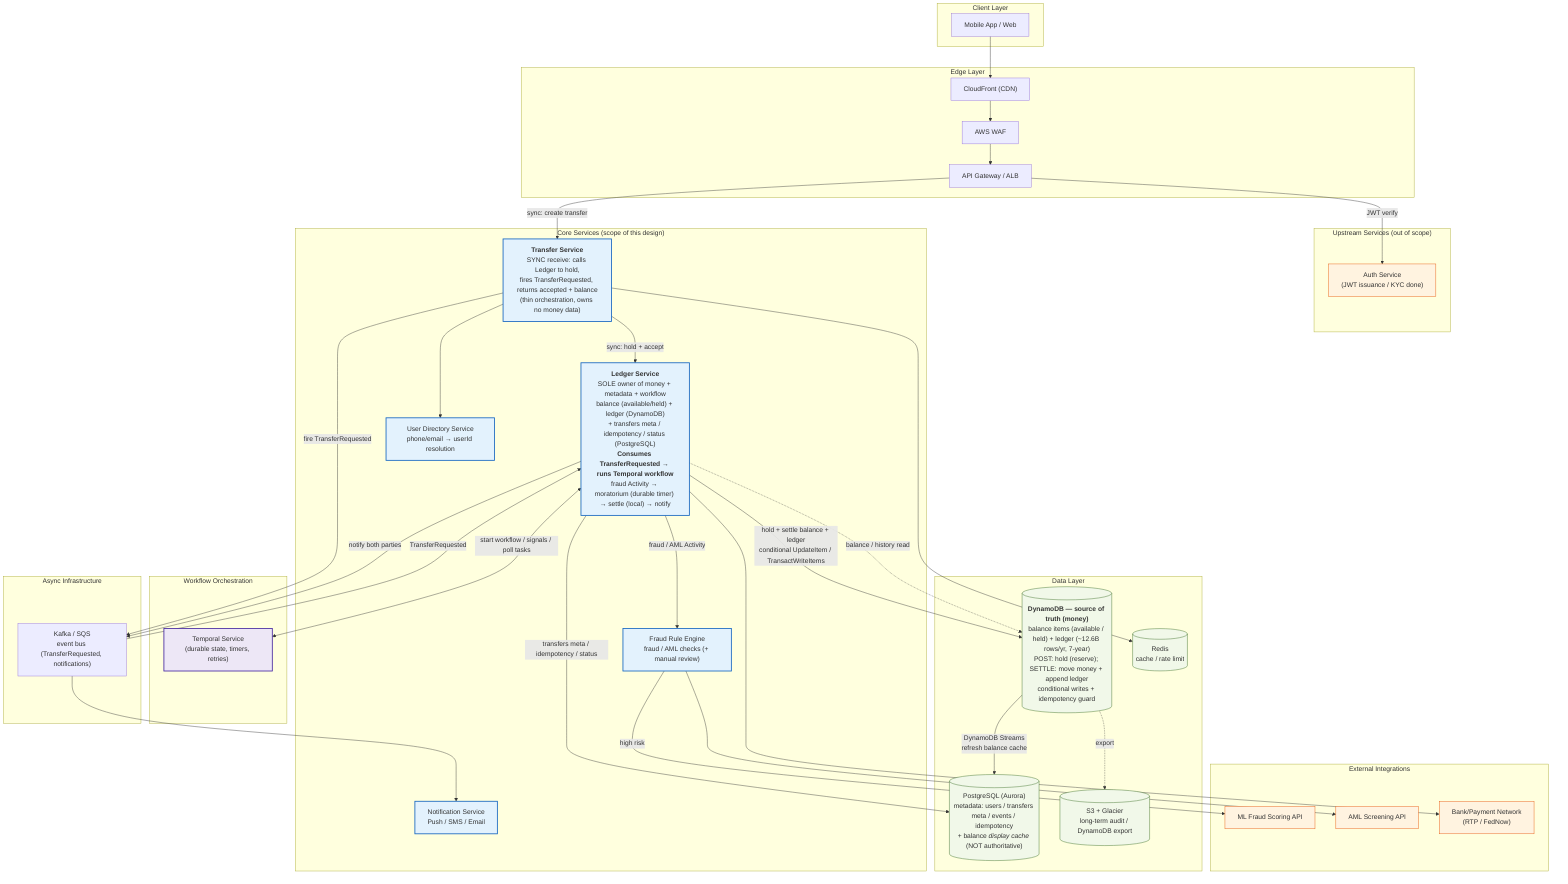
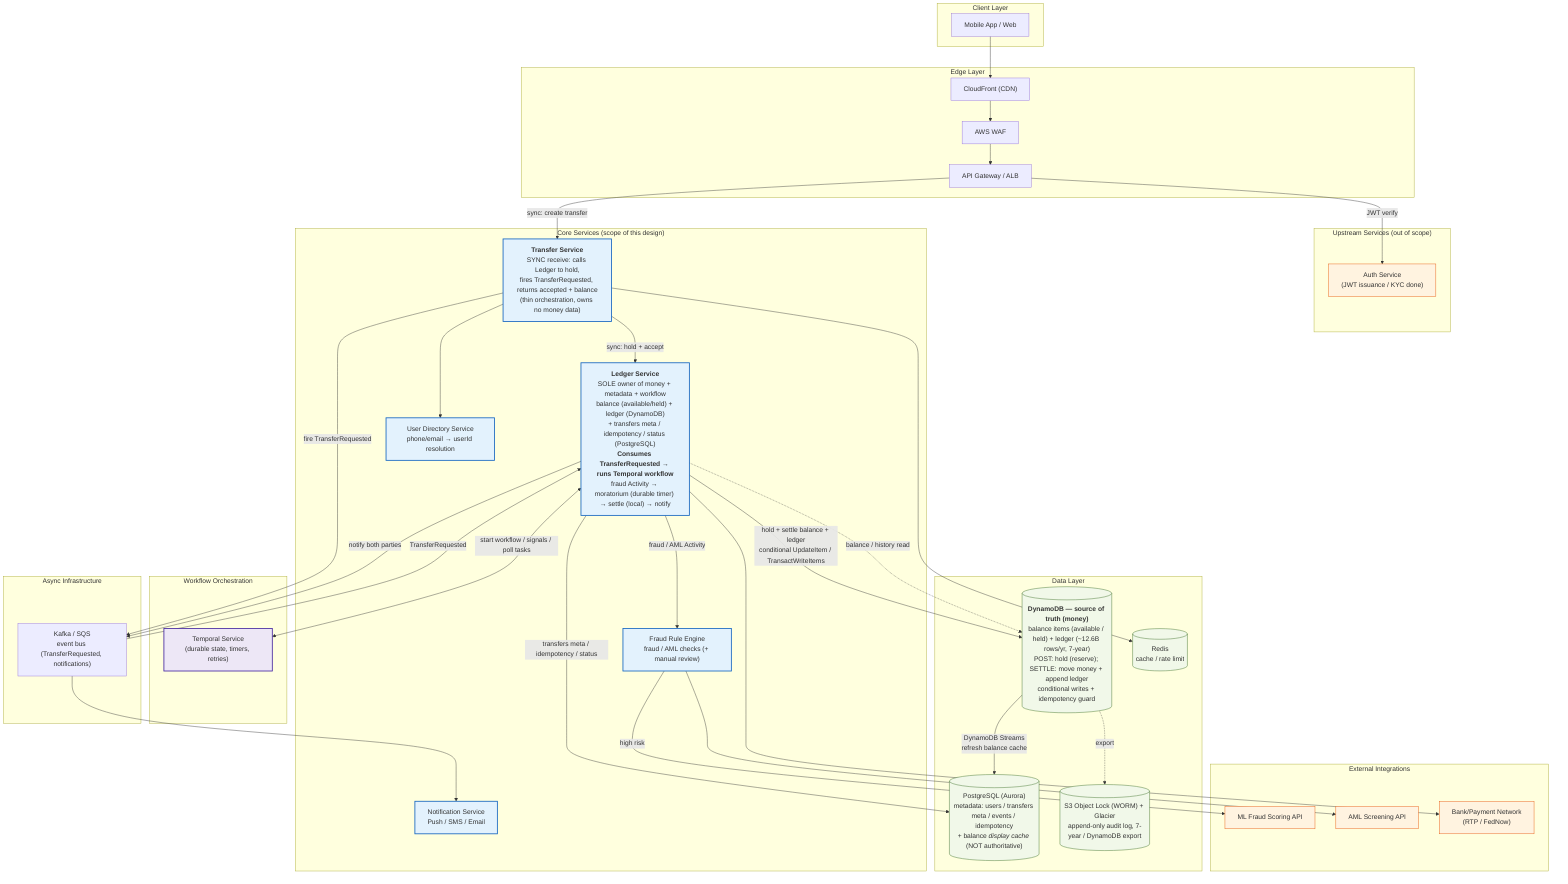
graph TB
    subgraph Client["Client Layer"]
        MOBILE["Mobile App / Web"]
    end

    subgraph Edge["Edge Layer"]
        CDN["CloudFront (CDN)"]
        WAF["AWS WAF"]
        APIGW["API Gateway / ALB"]
    end

    subgraph Upstream["Upstream Services (out of scope)"]
        AUTH["Auth Service<br/>(JWT issuance / KYC done)"]
    end

    subgraph Core["Core Services (scope of this design)"]
        TRANSFER["<b>Transfer Service</b><br/>SYNC receive: calls Ledger to hold,<br/>fires TransferRequested, returns accepted + balance<br/>(thin orchestration, owns no money data)"]
        LEDGER["<b>Ledger Service</b><br/>SOLE owner of money + metadata + workflow<br/>balance (available/held) + ledger (DynamoDB)<br/>+ transfers meta / idempotency / status (PostgreSQL)<br/><b>Consumes TransferRequested → runs Temporal workflow</b><br/>fraud Activity → moratorium (durable timer) → settle (local) → notify"]
        USER["User Directory Service<br/>phone/email → userId resolution"]
        NOTIFY["Notification Service<br/>Push / SMS / Email"]
        FRAUD["Fraud Rule Engine<br/>fraud / AML checks (+ manual review)"]
    end

    subgraph Orch["Workflow Orchestration"]
        TSERVER["Temporal Service<br/>(durable state, timers, retries)"]
    end

    subgraph Async["Async Infrastructure"]
        MQ["Kafka / SQS<br/>event bus (TransferRequested, notifications)"]
    end

    subgraph Data["Data Layer"]
        DDB[("<b>DynamoDB — source of truth (money)</b><br/>balance items (available / held) + ledger (~12.6B rows/yr, 7-year)<br/>POST: hold (reserve); SETTLE: move money + append ledger<br/>conditional writes + idempotency guard")]
        LEDGERDB[("PostgreSQL (Aurora)<br/>metadata: users / transfers meta / events / idempotency<br/>+ balance <i>display cache</i> (NOT authoritative)")]
        CACHE[("Redis<br/>cache / rate limit")]
-         ARCHIVE[("S3 + Glacier<br/>long-term audit / DynamoDB export")]
+         ARCHIVE[("S3 Object Lock (WORM) + Glacier<br/>append-only audit log, 7-year / DynamoDB export")]
    end

    subgraph External["External Integrations"]
        ML["ML Fraud Scoring API"]
        AML["AML Screening API"]
        BANK["Bank/Payment Network<br/>(RTP / FedNow)"]
    end

    MOBILE --> CDN --> WAF --> APIGW
    APIGW -->|JWT verify| AUTH
    APIGW -->|sync: create transfer| TRANSFER

    TRANSFER --> USER
    TRANSFER --> CACHE
    TRANSFER -->|sync: hold + accept| LEDGER
    TRANSFER -->|fire TransferRequested| MQ

    LEDGER -->|hold + settle balance + ledger<br/>conditional UpdateItem / TransactWriteItems| DDB
    LEDGER -.balance / history read.-> DDB
    LEDGER -->|transfers meta / idempotency / status| LEDGERDB

    MQ -->|TransferRequested| LEDGER
    LEDGER <-->|start workflow / signals / poll tasks| TSERVER
    LEDGER -->|fraud / AML Activity| FRAUD
    LEDGER --> BANK
    LEDGER -->|notify both parties| MQ
    MQ --> NOTIFY

    FRAUD -->|high risk| ML
    FRAUD --> AML

    DDB -->|DynamoDB Streams<br/>refresh balance cache| LEDGERDB
    DDB -.export.-> ARCHIVE

    classDef scope fill:#e3f2fd,stroke:#1565c0,stroke-width:2px;
    classDef ext fill:#fff3e0,stroke:#e65100,stroke-width:1px;
    classDef data fill:#f1f8e9,stroke:#33691e,stroke-width:1px;
    classDef orch fill:#ede7f6,stroke:#4527a0,stroke-width:2px;
    class TRANSFER,LEDGER,USER,NOTIFY,FRAUD scope;
    class ML,AML,BANK,AUTH ext;
    class DDB,LEDGERDB,CACHE,ARCHIVE data;
    class TSERVER orch;
